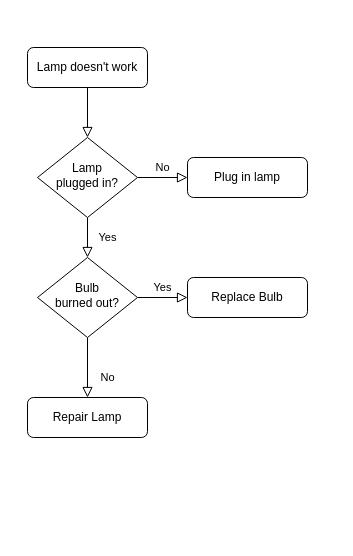
Above: login.drawio in withcats/draw.io (draw.io), before the change. Source tidied: cells renumbered, new cells numbered last; positions are measured from the earlier drawing's top-left corner, leaving out a move shared by most shapes. Both pictures are drawn from the tidied source at 100%, with x=0, y=0 at pixel (27, 47).
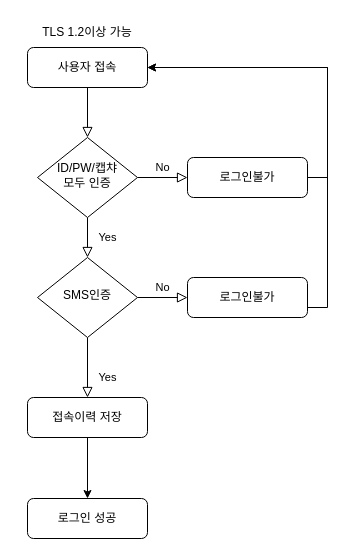
The same page after the edit.

Change to the diagram source:
```diff
@@
 <mxGraphModel>
   <root>
     <mxCell id="0" />
     <mxCell id="1" parent="0" />
     <mxCell id="2" style="rounded=0;html=1;jettySize=auto;fontSize=11;endArrow=block;endFill=0;endSize=8;strokeWidth=1;shadow=0;labelBackgroundColor=none;edgeStyle=orthogonalEdgeStyle;" parent="1" edge="1" source="3" target="6">
       <mxGeometry relative="1" as="geometry" />
     </mxCell>
-    <mxCell id="3" value="Lamp doesn't work" style="rounded=1;whiteSpace=wrap;html=1;fontSize=12;glass=0;strokeWidth=1;shadow=0;" parent="1" vertex="1">
+    <mxCell id="3" value="사용자 접속" style="rounded=1;whiteSpace=wrap;html=1;fontSize=12;glass=0;strokeWidth=1;shadow=0;" parent="1" vertex="1">
       <mxGeometry width="120" height="40" as="geometry" />
     </mxCell>
     <mxCell id="4" value="Yes" style="rounded=0;html=1;jettySize=auto;fontSize=11;endArrow=block;endFill=0;endSize=8;strokeWidth=1;shadow=0;labelBackgroundColor=none;edgeStyle=orthogonalEdgeStyle;" parent="1" edge="1" source="6" target="10">
       <mxGeometry y="20" relative="1" as="geometry" />
     </mxCell>
     <mxCell id="5" value="No" style="edgeStyle=orthogonalEdgeStyle;rounded=0;html=1;jettySize=auto;fontSize=11;endArrow=block;endFill=0;endSize=8;strokeWidth=1;shadow=0;labelBackgroundColor=none;" parent="1" edge="1" source="6" target="7">
       <mxGeometry y="10" relative="1" as="geometry" />
     </mxCell>
-    <mxCell id="6" value="Lamp&lt;br&gt;plugged in?" style="rhombus;whiteSpace=wrap;html=1;shadow=0;fontFamily=Helvetica;fontSize=12;align=center;strokeWidth=1;spacing=6;spacingTop=-4;" parent="1" vertex="1">
+    <mxCell id="6" value="ID/PW/캡챠&lt;div&gt;모두 인증&lt;/div&gt;" style="rhombus;whiteSpace=wrap;html=1;shadow=0;fontFamily=Helvetica;fontSize=12;align=center;strokeWidth=1;spacing=6;spacingTop=-4;" parent="1" vertex="1">
       <mxGeometry x="10" y="90" width="100" height="80" as="geometry" />
     </mxCell>
+    <mxCell id="13" style="edgeStyle=orthogonalEdgeStyle;rounded=0;jettySize=auto;html=1;exitX=1;exitY=0.5;exitDx=0;exitDy=0;entryX=1;entryY=0.5;entryDx=0;entryDy=0;" parent="1" edge="1" source="7" target="3">
+      <mxGeometry relative="1" as="geometry" />
+    </mxCell>
-    <mxCell id="7" value="Plug in lamp" style="rounded=1;whiteSpace=wrap;html=1;fontSize=12;glass=0;strokeWidth=1;shadow=0;" parent="1" vertex="1">
+    <mxCell id="7" value="로그인불가" style="rounded=1;whiteSpace=wrap;html=1;fontSize=12;glass=0;strokeWidth=1;shadow=0;" parent="1" vertex="1">
       <mxGeometry x="160" y="110" width="120" height="40" as="geometry" />
     </mxCell>
-    <mxCell id="8" value="No" style="rounded=0;html=1;jettySize=auto;fontSize=11;endArrow=block;endFill=0;endSize=8;strokeWidth=1;shadow=0;labelBackgroundColor=none;edgeStyle=orthogonalEdgeStyle;" parent="1" edge="1" source="10" target="11">
+    <mxCell id="8" value="Yes" style="rounded=0;html=1;jettySize=auto;fontSize=11;endArrow=block;endFill=0;endSize=8;strokeWidth=1;shadow=0;labelBackgroundColor=none;edgeStyle=orthogonalEdgeStyle;" parent="1" edge="1" source="10" target="11">
       <mxGeometry x="0.33" y="20" relative="1" as="geometry" />
     </mxCell>
-    <mxCell id="9" value="Yes" style="edgeStyle=orthogonalEdgeStyle;rounded=0;html=1;jettySize=auto;fontSize=11;endArrow=block;endFill=0;endSize=8;strokeWidth=1;shadow=0;labelBackgroundColor=none;" parent="1" edge="1" source="10" target="12">
+    <mxCell id="9" value="No" style="edgeStyle=orthogonalEdgeStyle;rounded=0;html=1;jettySize=auto;fontSize=11;endArrow=block;endFill=0;endSize=8;strokeWidth=1;shadow=0;labelBackgroundColor=none;" parent="1" edge="1" source="10" target="12">
       <mxGeometry y="10" relative="1" as="geometry" />
     </mxCell>
-    <mxCell id="10" value="Bulb&lt;br&gt;burned out?" style="rhombus;whiteSpace=wrap;html=1;shadow=0;fontFamily=Helvetica;fontSize=12;align=center;strokeWidth=1;spacing=6;spacingTop=-4;" parent="1" vertex="1">
+    <mxCell id="10" value="SMS인증" style="rhombus;whiteSpace=wrap;html=1;shadow=0;fontFamily=Helvetica;fontSize=12;align=center;strokeWidth=1;spacing=6;spacingTop=-4;" parent="1" vertex="1">
       <mxGeometry x="10" y="210" width="100" height="80" as="geometry" />
     </mxCell>
+    <mxCell id="14" style="edgeStyle=orthogonalEdgeStyle;rounded=0;jettySize=auto;html=1;exitX=0.5;exitY=1;exitDx=0;exitDy=0;entryX=0.5;entryY=0;entryDx=0;entryDy=0;" parent="1" edge="1" source="11" target="17">
+      <mxGeometry relative="1" as="geometry" />
+    </mxCell>
-    <mxCell id="11" value="Repair Lamp" style="rounded=1;whiteSpace=wrap;html=1;fontSize=12;glass=0;strokeWidth=1;shadow=0;" parent="1" vertex="1">
+    <mxCell id="11" value="접속이력 저장" style="rounded=1;whiteSpace=wrap;html=1;fontSize=12;glass=0;strokeWidth=1;shadow=0;" parent="1" vertex="1">
       <mxGeometry y="350" width="120" height="40" as="geometry" />
     </mxCell>
+    <mxCell id="15" style="edgeStyle=orthogonalEdgeStyle;rounded=0;jettySize=auto;html=1;exitX=1;exitY=0.75;exitDx=0;exitDy=0;entryX=1;entryY=0.5;entryDx=0;entryDy=0;" parent="1" edge="1" source="12" target="3">
+      <mxGeometry relative="1" as="geometry" />
+    </mxCell>
-    <mxCell id="12" value="Replace Bulb" style="rounded=1;whiteSpace=wrap;html=1;fontSize=12;glass=0;strokeWidth=1;shadow=0;" parent="1" vertex="1">
+    <mxCell id="12" value="로그인불가" style="rounded=1;whiteSpace=wrap;html=1;fontSize=12;glass=0;strokeWidth=1;shadow=0;" parent="1" vertex="1">
       <mxGeometry x="160" y="230" width="120" height="40" as="geometry" />
     </mxCell>
+    <mxCell id="16" value="TLS 1.2이상 가능" style="text;html=1;align=center;verticalAlign=middle;whiteSpace=wrap;rounded=0;" parent="1" vertex="1">
+      <mxGeometry x="-10" y="-30" width="140" height="30" as="geometry" />
+    </mxCell>
+    <mxCell id="17" value="로그인 성공" style="rounded=1;whiteSpace=wrap;html=1;fontSize=12;glass=0;strokeWidth=1;shadow=0;" parent="1" vertex="1">
+      <mxGeometry y="451" width="120" height="40" as="geometry" />
+    </mxCell>
   </root>
 </mxGraphModel>
```
